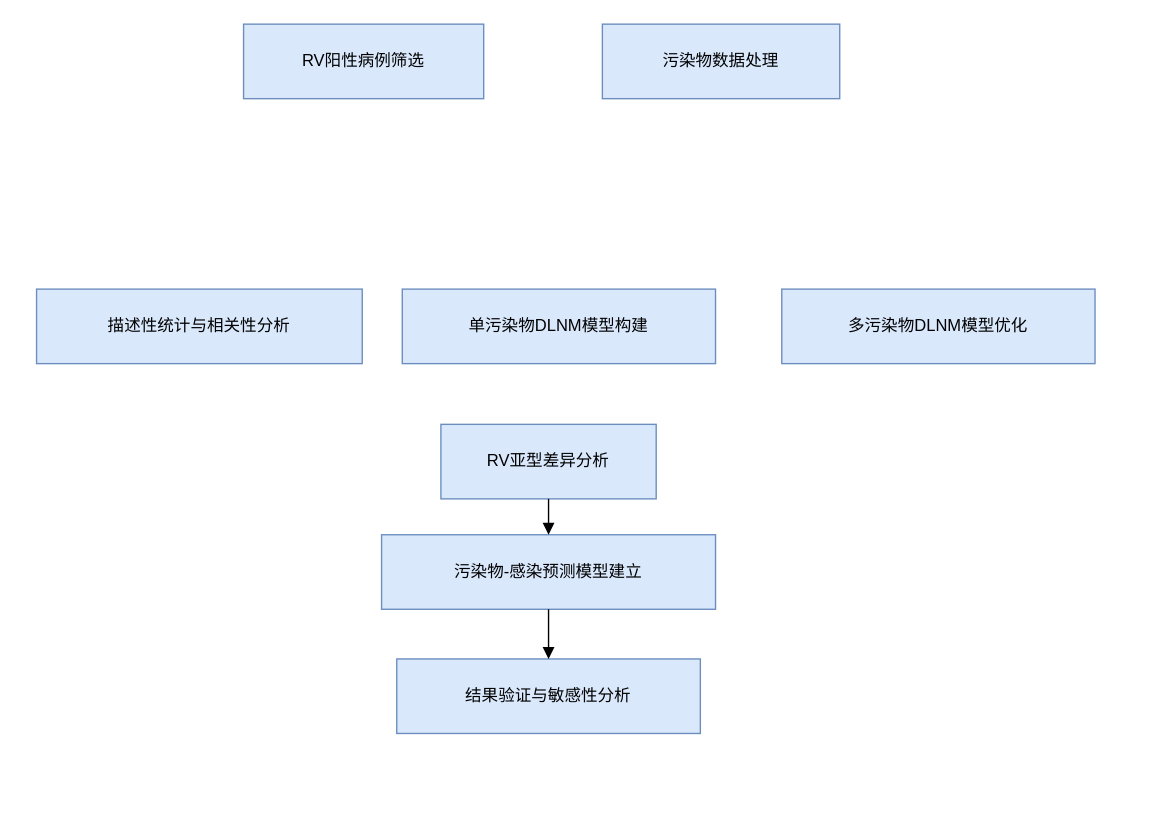
leiming8886/awesome-chatgpt-prompts-zh-CN keeps this draw.io diagram as 未命名绘图.drawio. Above is the earlier version. Source tidied: cells renumbered, new cells numbered last; positions are measured from the earlier drawing's top-left corner, leaving out a move shared by most shapes. Both pictures are drawn from the tidied source at 138%, with x=0, y=0 at pixel (36, 23).
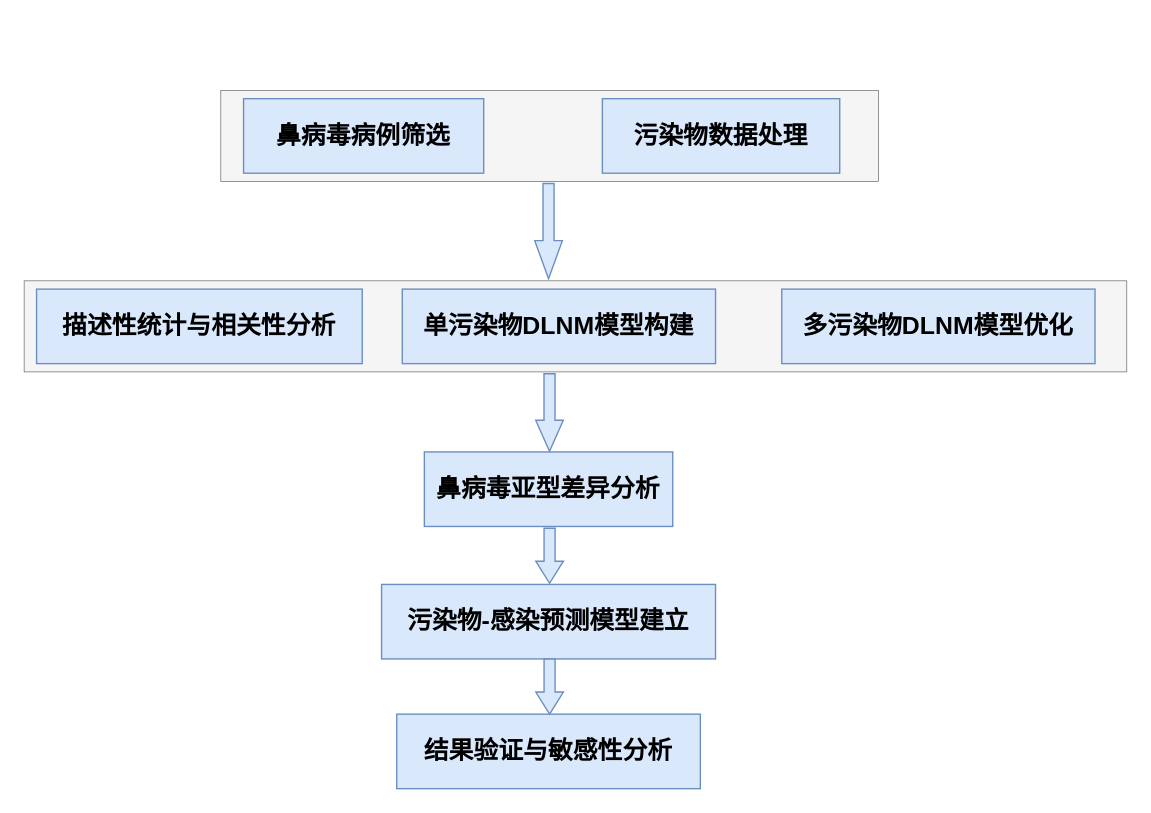
Above is the later version.

Commit message:
更新未命名绘图.drawio

Diff of the diagram source:
```diff
@@
 <mxGraphModel>
   <root>
     <mxCell id="0" />
     <mxCell id="1" parent="0" />
+    <mxCell id="12" style="rounded=0;whiteSpace=wrap;html=1;fillColor=#f5f5f5;fontColor=#333333;strokeColor=#666666;strokeWidth=0.5;" parent="1" vertex="1">
+      <mxGeometry x="-9" y="186" width="799" height="66" as="geometry" />
+    </mxCell>
+    <mxCell id="13" style="rounded=0;whiteSpace=wrap;html=1;fillColor=#f5f5f5;fontColor=#333333;strokeColor=#666666;strokeWidth=0.5;" parent="1" vertex="1">
+      <mxGeometry x="133.5" y="48" width="476.5" height="66" as="geometry" />
+    </mxCell>
-    <mxCell id="2" value="RV阳性病例筛选" style="whiteSpace=wrap;strokeWidth=1;fillColor=#dae8fc;strokeColor=#6c8ebf;" parent="1" vertex="1">
-      <mxGeometry x="150" width="174" height="54" as="geometry" />
+    <mxCell id="2" value="鼻病毒病例筛选" style="whiteSpace=wrap;strokeWidth=1;fillColor=#dae8fc;strokeColor=#6c8ebf;fontSize=18;fontStyle=1;" parent="1" vertex="1">
+      <mxGeometry x="150" y="54" width="174" height="54" as="geometry" />
     </mxCell>
-    <mxCell id="3" value="污染物数据处理" style="whiteSpace=wrap;strokeWidth=1;fillColor=#dae8fc;strokeColor=#6c8ebf;" parent="1" vertex="1">
-      <mxGeometry x="410" width="172" height="54" as="geometry" />
+    <mxCell id="3" value="污染物数据处理" style="whiteSpace=wrap;strokeWidth=1;fillColor=#dae8fc;strokeColor=#6c8ebf;fontSize=18;fontStyle=1;" parent="1" vertex="1">
+      <mxGeometry x="410" y="54" width="172" height="54" as="geometry" />
     </mxCell>
-    <mxCell id="4" value="描述性统计与相关性分析" style="whiteSpace=wrap;strokeWidth=1;fillColor=#dae8fc;strokeColor=#6c8ebf;" parent="1" vertex="1">
+    <mxCell id="4" value="描述性统计与相关性分析" style="whiteSpace=wrap;strokeWidth=1;fillColor=#dae8fc;strokeColor=#6c8ebf;fontSize=18;fontStyle=1;" parent="1" vertex="1">
       <mxGeometry y="192" width="236" height="54" as="geometry" />
     </mxCell>
-    <mxCell id="5" value="单污染物DLNM模型构建" style="whiteSpace=wrap;strokeWidth=1;fillColor=#dae8fc;strokeColor=#6c8ebf;" parent="1" vertex="1">
+    <mxCell id="5" value="单污染物DLNM模型构建" style="whiteSpace=wrap;strokeWidth=1;fillColor=#dae8fc;strokeColor=#6c8ebf;fontSize=18;fontStyle=1;" parent="1" vertex="1">
       <mxGeometry x="265" y="192" width="227" height="54" as="geometry" />
     </mxCell>
-    <mxCell id="6" value="多污染物DLNM模型优化" style="whiteSpace=wrap;strokeWidth=1;fillColor=#dae8fc;strokeColor=#6c8ebf;" parent="1" vertex="1">
+    <mxCell id="6" value="多污染物DLNM模型优化" style="whiteSpace=wrap;strokeWidth=1;fillColor=#dae8fc;strokeColor=#6c8ebf;fontSize=18;fontStyle=1;" parent="1" vertex="1">
       <mxGeometry x="540" y="192" width="227" height="54" as="geometry" />
     </mxCell>
-    <mxCell id="7" value="RV亚型差异分析" style="whiteSpace=wrap;strokeWidth=1;fillColor=#dae8fc;strokeColor=#6c8ebf;" parent="1" vertex="1">
-      <mxGeometry x="293" y="290" width="156" height="54" as="geometry" />
+    <mxCell id="7" value="鼻病毒亚型差异分析" style="whiteSpace=wrap;strokeWidth=1;fillColor=#dae8fc;strokeColor=#6c8ebf;fontSize=18;fontStyle=1;" parent="1" vertex="1">
+      <mxGeometry x="281" y="310" width="180" height="54" as="geometry" />
     </mxCell>
-    <mxCell id="8" value="污染物-感染预测模型建立" style="whiteSpace=wrap;strokeWidth=1;fillColor=#dae8fc;strokeColor=#6c8ebf;" parent="1" vertex="1">
-      <mxGeometry x="250" y="370" width="242" height="54" as="geometry" />
+    <mxCell id="8" value="污染物-感染预测模型建立" style="whiteSpace=wrap;strokeWidth=1;fillColor=#dae8fc;strokeColor=#6c8ebf;fontSize=18;fontStyle=1;" parent="1" vertex="1">
+      <mxGeometry x="250" y="406" width="242" height="54" as="geometry" />
     </mxCell>
-    <mxCell id="9" value="结果验证与敏感性分析" style="whiteSpace=wrap;strokeWidth=1;fillColor=#dae8fc;strokeColor=#6c8ebf;" parent="1" vertex="1">
-      <mxGeometry x="261" y="460" width="220" height="54" as="geometry" />
+    <mxCell id="9" value="结果验证与敏感性分析" style="whiteSpace=wrap;strokeWidth=1;fillColor=#dae8fc;strokeColor=#6c8ebf;fontSize=18;fontStyle=1;" parent="1" vertex="1">
+      <mxGeometry x="261" y="500" width="220" height="54" as="geometry" />
     </mxCell>
-    <mxCell id="10" style="curved=1;startArrow=none;endArrow=block;exitX=0.5;exitY=1;entryX=0.5;entryY=0;rounded=0;" parent="1" edge="1" source="7" target="8">
-      <mxGeometry relative="1" as="geometry" />
-    </mxCell>
-    <mxCell id="11" style="curved=1;startArrow=none;endArrow=block;exitX=0.5;exitY=1;entryX=0.5;entryY=0;rounded=0;" parent="1" edge="1" source="8" target="9">
-      <mxGeometry relative="1" as="geometry" />
-    </mxCell>
+    <mxCell id="14" style="shape=singleArrow;whiteSpace=wrap;html=1;arrowWidth=0.4;arrowSize=0.4;fontSize=18;fillColor=#dae8fc;strokeColor=#6c8ebf;strokeWidth=1;fontStyle=1;rotation=90;" parent="1" vertex="1">
+      <mxGeometry x="336.5" y="140" width="69" height="20" as="geometry" />
+    </mxCell>
+    <mxCell id="15" style="shape=singleArrow;whiteSpace=wrap;html=1;arrowWidth=0.4;arrowSize=0.4;fontSize=18;fillColor=#dae8fc;strokeColor=#6c8ebf;strokeWidth=1;fontStyle=1;rotation=90;" parent="1" vertex="1">
+      <mxGeometry x="343.6" y="271.4" width="56.2" height="20" as="geometry" />
+    </mxCell>
+    <mxCell id="16" style="shape=singleArrow;whiteSpace=wrap;html=1;arrowWidth=0.4;arrowSize=0.4;fontSize=18;fillColor=#dae8fc;strokeColor=#6c8ebf;strokeWidth=1;fontStyle=1;rotation=90;" parent="1" vertex="1">
+      <mxGeometry x="351.8" y="375.2" width="39.9" height="20" as="geometry" />
+    </mxCell>
+    <mxCell id="17" style="shape=singleArrow;whiteSpace=wrap;html=1;arrowWidth=0.4;arrowSize=0.4;fontSize=18;fillColor=#dae8fc;strokeColor=#6c8ebf;strokeWidth=1;fontStyle=1;rotation=90;" parent="1" vertex="1">
+      <mxGeometry x="351.8" y="470" width="39.9" height="20" as="geometry" />
+    </mxCell>
   </root>
 </mxGraphModel>
```
